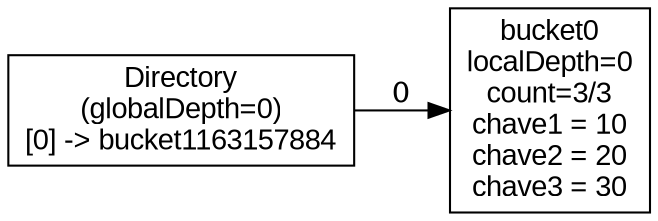
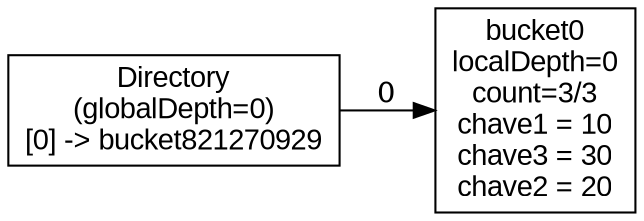
digraph "test1_basic" {
  rankdir=LR;
  node [shape=box, fontname=Arial];
-   dir [label="Directory\n(globalDepth=0)\n[0] -> bucket1163157884\n"];
-   bucket0 [label="bucket0\nlocalDepth=0\ncount=3/3\nchave1 = 10\nchave2 = 20\nchave3 = 30\n"];
+   dir [label="Directory\n(globalDepth=0)\n[0] -> bucket821270929\n"];
+   bucket0 [label="bucket0\nlocalDepth=0\ncount=3/3\nchave1 = 10\nchave3 = 30\nchave2 = 20\n"];
  dir -> bucket0 [label="0"];
}
